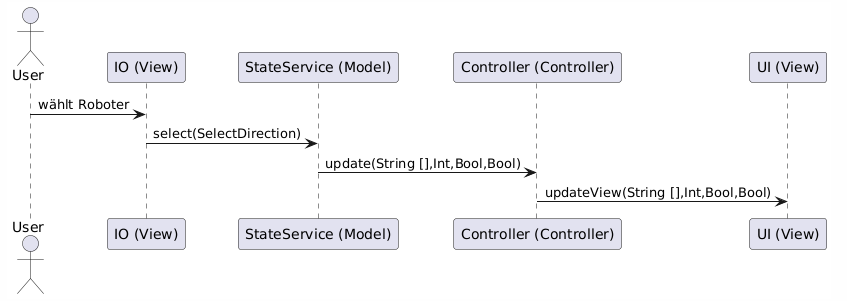
The PlantUML diagram Docs/Application/diagrams/selectBefehl250625.png in DavidDao1997/VS_Praktikum-2025-SoSe, before a commit. Its source is kept beside it as Docs/Application/diagrams/selectBefehl250625.plantuml. The source it was exported from:
```plantuml
@startuml
actor User

participant "IO (View)" as IO
participant "StateService (Model)" as StS
participant "Controller (Controller)" as Ctrl
participant "UI (View)" as UI


User -> IO: wählt Roboter
IO -> StS: select(SelectDirection)
StS -> Ctrl: update(String [],Int,Bool,Bool)
Ctrl -> UI: updateView(String [],Int,Bool,Bool)
@enduml
```
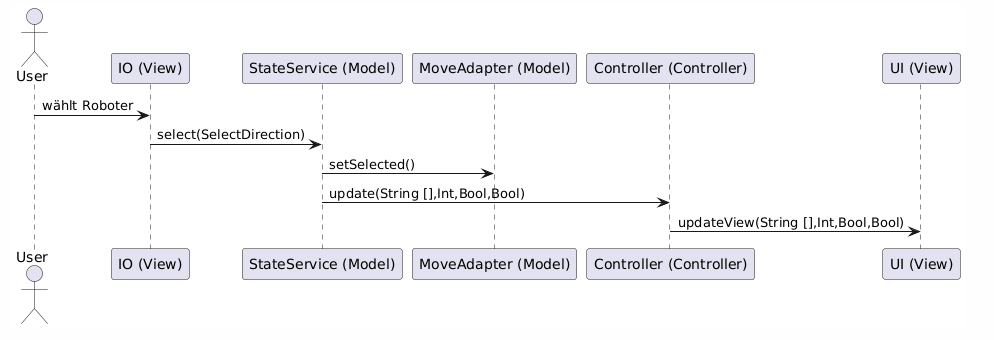
The same file after the commit.

The edit, as a diff of the source:
```diff
@@ -3,12 +3,14 @@
 
 participant "IO (View)" as IO
 participant "StateService (Model)" as StS
+participant "MoveAdapter (Model)" as MA
 participant "Controller (Controller)" as Ctrl
 participant "UI (View)" as UI
 
 
 User -> IO: wählt Roboter
 IO -> StS: select(SelectDirection)
+StS -> MA: setSelected()
 StS -> Ctrl: update(String [],Int,Bool,Bool)
 Ctrl -> UI: updateView(String [],Int,Bool,Bool)
 @enduml
```
